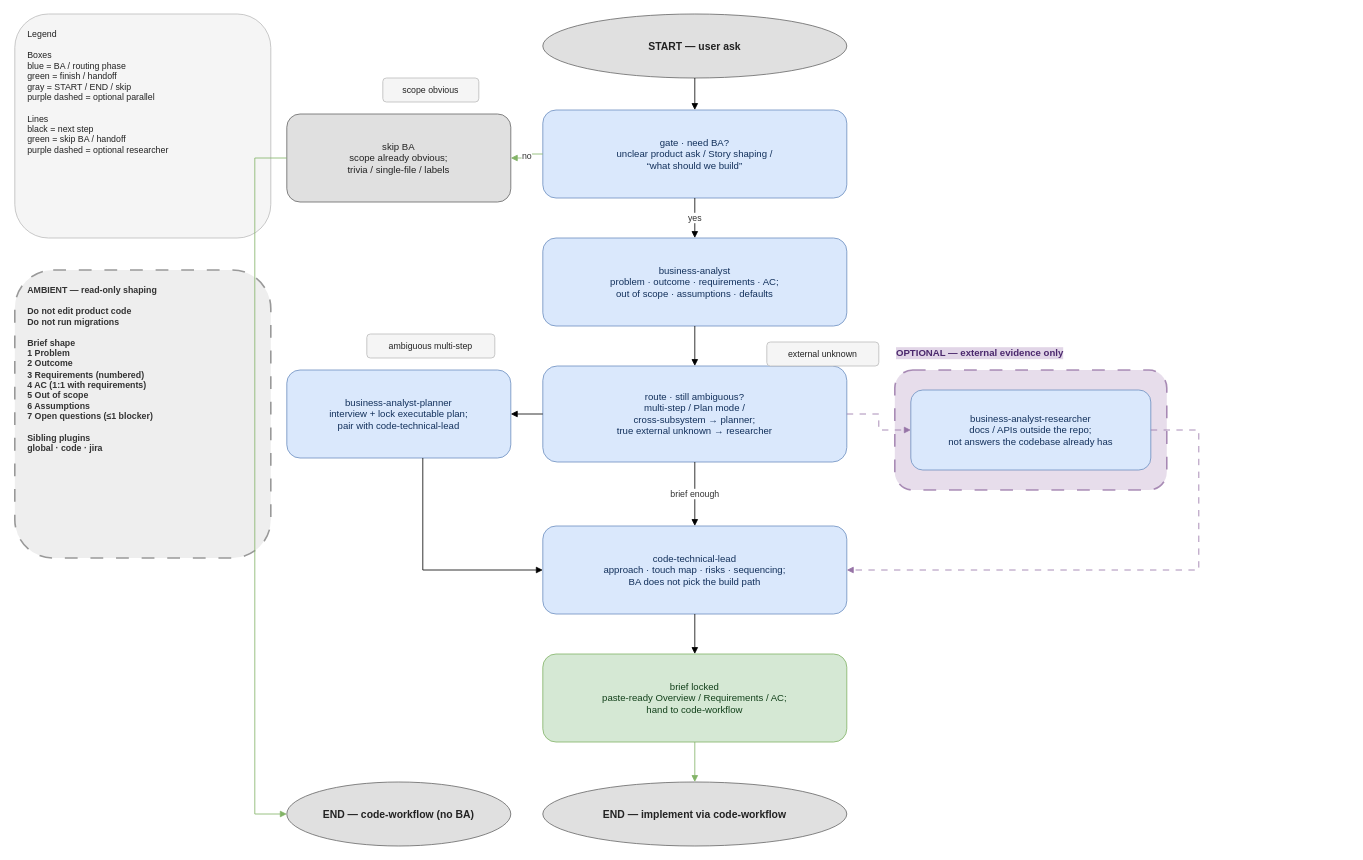
nodadyoushutup/marketplace keeps this draw.io diagram as plugins/business-analyst/docs/business-analyst-workflow.drawio. Above is the earlier version. Source tidied: cells renumbered, new cells numbered last; positions are measured from the earlier drawing's top-left corner, leaving out a move shared by most shapes. Both pictures are drawn from the tidied source at 80%, with x=0, y=0 at pixel (14, 14).
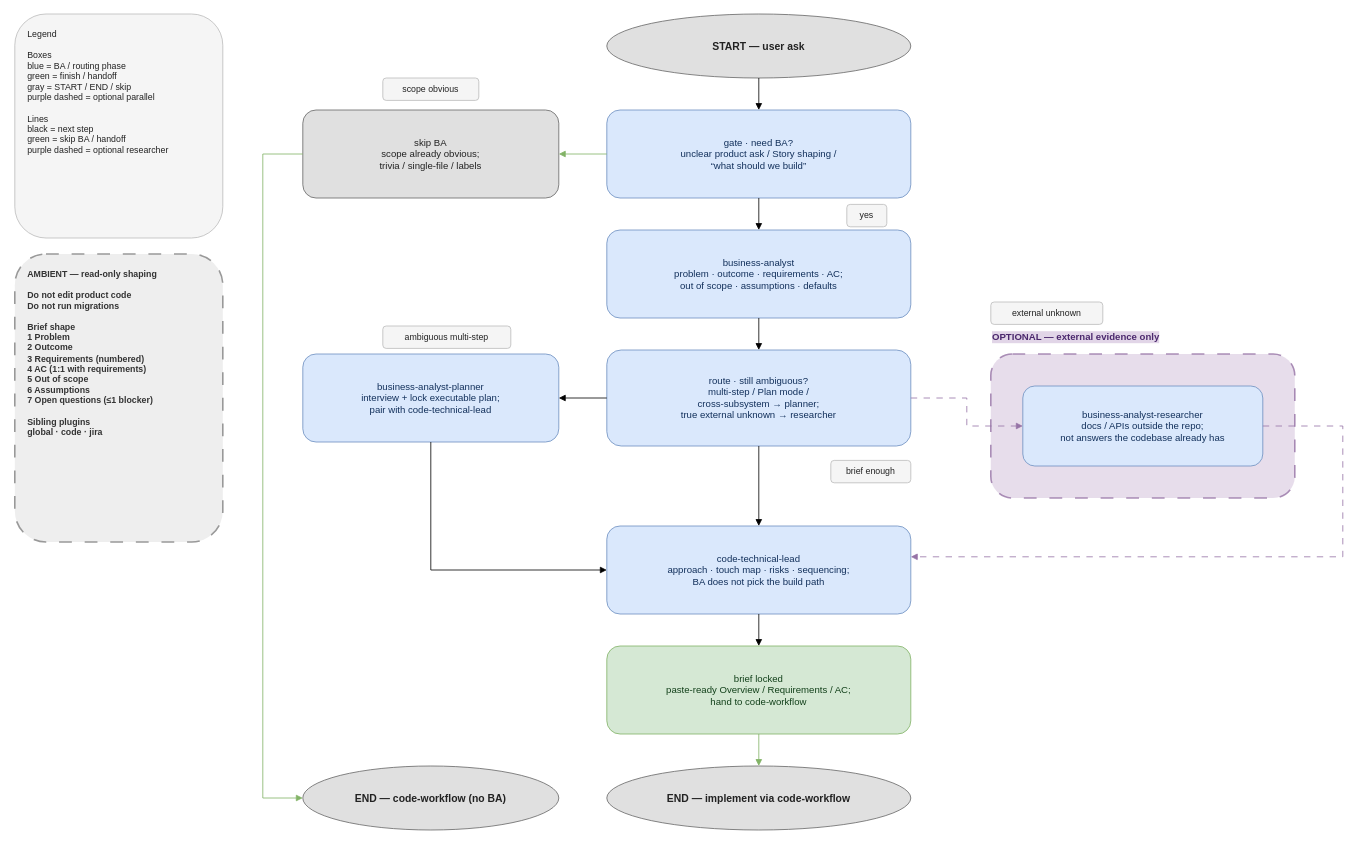
After the change.

Commit message (it also covers changes not shown here):
fix(jira,ba): untangle workflow drawio edge corridors

Move chips off spine centerlines, climb create→backlog in the west
gutter so it no longer stabs blocked, split the east blocked bus, and
clear the BA skip drain off legend/ambient.

The edit, as a diff of the source:
```diff
@@
     <mxCell id="2" value="Legend&#10;&#10;Boxes&#10;blue = BA / routing phase&#10;green = finish / handoff&#10;gray = START / END / skip&#10;purple dashed = optional parallel&#10;&#10;Lines&#10;black = next step&#10;green = skip BA / handoff&#10;purple dashed = optional researcher" style="rounded=1;whiteSpace=wrap;html=1;align=left;verticalAlign=top;spacingLeft=14;spacingRight=14;spacingTop=12;spacingBottom=12;fontSize=11;fillColor=#f5f5f5;strokeColor=#bbbbbb;fontColor=#222222;" parent="1" vertex="1">
-      <mxGeometry width="320" height="280" as="geometry" />
+      <mxGeometry width="260" height="280" as="geometry" />
     </mxCell>
     <mxCell id="3" value="AMBIENT — read-only shaping&#10;&#10;Do not edit product code&#10;Do not run migrations&#10;&#10;Brief shape&#10;1 Problem&#10;2 Outcome&#10;3 Requirements (numbered)&#10;4 AC (1:1 with requirements)&#10;5 Out of scope&#10;6 Assumptions&#10;7 Open questions (≤1 blocker)&#10;&#10;Sibling plugins&#10;global · code · jira" style="rounded=1;whiteSpace=wrap;html=1;dashed=1;dashPattern=8 8;align=left;verticalAlign=top;spacingLeft=14;spacingRight=14;spacingTop=12;spacingBottom=12;fontSize=11;fontStyle=1;fillColor=#eeeeee;strokeColor=#999999;strokeWidth=2;fontColor=#333333;" parent="1" vertex="1">
-      <mxGeometry y="320" width="320" height="360" as="geometry" />
+      <mxGeometry y="300" width="260" height="360" as="geometry" />
     </mxCell>
     <mxCell id="4" value="START — user ask" style="ellipse;whiteSpace=wrap;html=1;align=center;verticalAlign=middle;fontSize=13;fontStyle=1;fillColor=#e0e0e0;strokeColor=#666666;fontColor=#222222;" parent="1" vertex="1">
-      <mxGeometry x="660" width="380" height="80" as="geometry" />
+      <mxGeometry x="740" width="380" height="80" as="geometry" />
     </mxCell>
     <mxCell id="5" value="gate · need BA?&#10;unclear product ask / Story shaping /&#10;“what should we build”" style="rounded=1;whiteSpace=wrap;html=1;align=center;verticalAlign=middle;spacingLeft=12;spacingRight=12;fontSize=12;fillColor=#dae8fc;strokeColor=#6c8ebf;fontColor=#12305B;" parent="1" vertex="1">
-      <mxGeometry x="660" y="120" width="380" height="110" as="geometry" />
+      <mxGeometry x="740" y="120" width="380" height="110" as="geometry" />
     </mxCell>
     <mxCell id="6" value="skip BA&#10;scope already obvious;&#10;trivia / single-file / labels" style="rounded=1;whiteSpace=wrap;html=1;align=center;verticalAlign=middle;spacingLeft=12;spacingRight=12;fontSize=12;fillColor=#e0e0e0;strokeColor=#666666;fontColor=#222222;" parent="1" vertex="1">
-      <mxGeometry x="340" y="125" width="280" height="110" as="geometry" />
+      <mxGeometry x="360" y="120" width="320" height="110" as="geometry" />
     </mxCell>
     <mxCell id="7" value="business-analyst&#10;problem · outcome · requirements · AC;&#10;out of scope · assumptions · defaults" style="rounded=1;whiteSpace=wrap;html=1;align=center;verticalAlign=middle;spacingLeft=12;spacingRight=12;fontSize=12;fillColor=#dae8fc;strokeColor=#6c8ebf;fontColor=#12305B;" parent="1" vertex="1">
-      <mxGeometry x="660" y="280" width="380" height="110" as="geometry" />
+      <mxGeometry x="740" y="270" width="380" height="110" as="geometry" />
     </mxCell>
     <mxCell id="8" value="route · still ambiguous?&#10;multi-step / Plan mode /&#10;cross-subsystem → planner;&#10;true external unknown → researcher" style="rounded=1;whiteSpace=wrap;html=1;align=center;verticalAlign=middle;spacingLeft=12;spacingRight=12;fontSize=12;fillColor=#dae8fc;strokeColor=#6c8ebf;fontColor=#12305B;" parent="1" vertex="1">
-      <mxGeometry x="660" y="440" width="380" height="120" as="geometry" />
+      <mxGeometry x="740" y="420" width="380" height="120" as="geometry" />
     </mxCell>
     <mxCell id="9" value="business-analyst-planner&#10;interview + lock executable plan;&#10;pair with code-technical-lead" style="rounded=1;whiteSpace=wrap;html=1;align=center;verticalAlign=middle;spacingLeft=12;spacingRight=12;fontSize=12;fillColor=#dae8fc;strokeColor=#6c8ebf;fontColor=#12305B;" parent="1" vertex="1">
-      <mxGeometry x="340" y="445" width="280" height="110" as="geometry" />
+      <mxGeometry x="360" y="425" width="320" height="110" as="geometry" />
     </mxCell>
     <mxCell id="10" value="OPTIONAL — external evidence only" style="text;html=1;align=left;verticalAlign=middle;fontSize=12;fontStyle=1;fontColor=#4B286D;labelBackgroundColor=#e1d5e7;" parent="1" vertex="1">
-      <mxGeometry x="1100" y="410" width="340" height="28" as="geometry" />
+      <mxGeometry x="1220" y="390" width="380" height="28" as="geometry" />
     </mxCell>
     <mxCell id="11" style="rounded=1;whiteSpace=wrap;html=1;dashed=1;dashPattern=8 8;fillColor=#e1d5e7;strokeColor=#9673a6;strokeWidth=2;opacity=80;" parent="1" vertex="1">
-      <mxGeometry x="1100" y="445" width="340" height="150" as="geometry" />
+      <mxGeometry x="1220" y="425" width="380" height="180" as="geometry" />
     </mxCell>
     <mxCell id="12" value="business-analyst-researcher&#10;docs / APIs outside the repo;&#10;not answers the codebase already has" style="rounded=1;whiteSpace=wrap;html=1;align=center;verticalAlign=middle;spacingLeft=12;spacingRight=12;fontSize=12;fillColor=#dae8fc;strokeColor=#6c8ebf;fontColor=#12305B;" parent="1" vertex="1">
-      <mxGeometry x="1120" y="470" width="300" height="100" as="geometry" />
+      <mxGeometry x="1260" y="465" width="300" height="100" as="geometry" />
     </mxCell>
     <mxCell id="13" value="code-technical-lead&#10;approach · touch map · risks · sequencing;&#10;BA does not pick the build path" style="rounded=1;whiteSpace=wrap;html=1;align=center;verticalAlign=middle;spacingLeft=12;spacingRight=12;fontSize=12;fillColor=#dae8fc;strokeColor=#6c8ebf;fontColor=#12305B;" parent="1" vertex="1">
-      <mxGeometry x="660" y="640" width="380" height="110" as="geometry" />
+      <mxGeometry x="740" y="640" width="380" height="110" as="geometry" />
     </mxCell>
     <mxCell id="14" value="brief locked&#10;paste-ready Overview / Requirements / AC;&#10;hand to code-workflow" style="rounded=1;whiteSpace=wrap;html=1;align=center;verticalAlign=middle;spacingLeft=12;spacingRight=12;fontSize=12;fillColor=#d5e8d4;strokeColor=#82b366;fontColor=#12401A;" parent="1" vertex="1">
-      <mxGeometry x="660" y="800" width="380" height="110" as="geometry" />
+      <mxGeometry x="740" y="790" width="380" height="110" as="geometry" />
     </mxCell>
     <mxCell id="15" value="END — implement via code-workflow" style="ellipse;whiteSpace=wrap;html=1;align=center;verticalAlign=middle;fontSize=13;fontStyle=1;fillColor=#e0e0e0;strokeColor=#666666;fontColor=#222222;" parent="1" vertex="1">
-      <mxGeometry x="660" y="960" width="380" height="80" as="geometry" />
+      <mxGeometry x="740" y="940" width="380" height="80" as="geometry" />
     </mxCell>
     <mxCell id="16" value="END — code-workflow (no BA)" style="ellipse;whiteSpace=wrap;html=1;align=center;verticalAlign=middle;fontSize=13;fontStyle=1;fillColor=#e0e0e0;strokeColor=#666666;fontColor=#222222;" parent="1" vertex="1">
-      <mxGeometry x="340" y="960" width="280" height="80" as="geometry" />
+      <mxGeometry x="360" y="940" width="320" height="80" as="geometry" />
     </mxCell>
     <mxCell id="17" value="scope obvious" style="rounded=1;whiteSpace=wrap;html=1;align=center;verticalAlign=middle;spacingLeft=10;spacingRight=10;fontSize=11;fillColor=#f5f5f5;strokeColor=#bbbbbb;fontColor=#222222;" parent="1" vertex="1">
-      <mxGeometry x="460" y="80" width="120" height="30" as="geometry" />
+      <mxGeometry x="460" y="80" width="120" height="28" as="geometry" />
     </mxCell>
+    <mxCell id="32" value="yes" style="rounded=1;whiteSpace=wrap;html=1;align=center;verticalAlign=middle;spacingLeft=10;spacingRight=10;fontSize=11;fillColor=#f5f5f5;strokeColor=#bbbbbb;fontColor=#222222;" parent="1" vertex="1">
+      <mxGeometry x="1040" y="238" width="50" height="28" as="geometry" />
+    </mxCell>
     <mxCell id="18" value="ambiguous multi-step" style="rounded=1;whiteSpace=wrap;html=1;align=center;verticalAlign=middle;spacingLeft=10;spacingRight=10;fontSize=11;fillColor=#f5f5f5;strokeColor=#bbbbbb;fontColor=#222222;" parent="1" vertex="1">
-      <mxGeometry x="440" y="400" width="160" height="30" as="geometry" />
+      <mxGeometry x="460" y="390" width="160" height="28" as="geometry" />
     </mxCell>
     <mxCell id="19" value="external unknown" style="rounded=1;whiteSpace=wrap;html=1;align=center;verticalAlign=middle;spacingLeft=10;spacingRight=10;fontSize=11;fillColor=#f5f5f5;strokeColor=#bbbbbb;fontColor=#222222;" parent="1" vertex="1">
-      <mxGeometry x="940" y="410" width="140" height="30" as="geometry" />
+      <mxGeometry x="1220" y="360" width="140" height="28" as="geometry" />
     </mxCell>
+    <mxCell id="33" value="brief enough" style="rounded=1;whiteSpace=wrap;html=1;align=center;verticalAlign=middle;spacingLeft=10;spacingRight=10;fontSize=11;fillColor=#f5f5f5;strokeColor=#bbbbbb;fontColor=#222222;" parent="1" vertex="1">
+      <mxGeometry x="1020" y="558" width="100" height="28" as="geometry" />
+    </mxCell>
-    <mxCell id="20" style="edgeStyle=orthogonalEdgeStyle;rounded=0;html=1;endArrow=block;jumpStyle=arc;jumpSize=10;" parent="1" edge="1" source="4" target="5">
+    <mxCell id="20" style="edgeStyle=orthogonalEdgeStyle;rounded=0;html=1;endArrow=block;jumpStyle=arc;jumpSize=10;exitX=0.5;exitY=1;exitDx=0;exitDy=0;entryX=0.5;entryY=0;entryDx=0;entryDy=0;" parent="1" edge="1" source="4" target="5">
       <mxGeometry relative="1" as="geometry" />
     </mxCell>
-    <mxCell id="21" value="no" style="edgeStyle=orthogonalEdgeStyle;rounded=0;html=1;endArrow=block;jumpStyle=arc;jumpSize=10;strokeColor=#82b366;labelBackgroundColor=#ffffff;fontSize=11;fontColor=#333333;" parent="1" edge="1" source="5" target="6">
+    <mxCell id="21" style="edgeStyle=orthogonalEdgeStyle;rounded=0;html=1;endArrow=block;jumpStyle=arc;jumpSize=10;strokeColor=#82b366;exitX=0;exitY=0.5;exitDx=0;exitDy=0;entryX=1;entryY=0.5;entryDx=0;entryDy=0;" parent="1" edge="1" source="5" target="6">
       <mxGeometry relative="1" as="geometry" />
     </mxCell>
-    <mxCell id="22" style="edgeStyle=orthogonalEdgeStyle;rounded=0;html=1;endArrow=block;jumpStyle=arc;jumpSize=10;strokeColor=#82b366;" parent="1" edge="1" source="6" target="16">
+    <mxCell id="22" style="edgeStyle=orthogonalEdgeStyle;rounded=0;html=1;endArrow=block;jumpStyle=arc;jumpSize=10;strokeColor=#82b366;exitX=0;exitY=0.5;exitDx=0;exitDy=0;entryX=0;entryY=0.5;entryDx=0;entryDy=0;" parent="1" edge="1" source="6" target="16">
       <mxGeometry relative="1" as="geometry">
         <Array as="points">
-          <mxPoint x="300" y="180" />
-          <mxPoint x="300" y="1000" />
+          <mxPoint x="310" y="175" />
+          <mxPoint x="310" y="980" />
         </Array>
       </mxGeometry>
     </mxCell>
-    <mxCell id="23" value="yes" style="edgeStyle=orthogonalEdgeStyle;rounded=0;html=1;endArrow=block;jumpStyle=arc;jumpSize=10;labelBackgroundColor=#ffffff;fontSize=11;fontColor=#333333;" parent="1" edge="1" source="5" target="7">
+    <mxCell id="23" style="edgeStyle=orthogonalEdgeStyle;rounded=0;html=1;endArrow=block;jumpStyle=arc;jumpSize=10;exitX=0.5;exitY=1;exitDx=0;exitDy=0;entryX=0.5;entryY=0;entryDx=0;entryDy=0;" parent="1" edge="1" source="5" target="7">
       <mxGeometry relative="1" as="geometry" />
     </mxCell>
-    <mxCell id="24" style="edgeStyle=orthogonalEdgeStyle;rounded=0;html=1;endArrow=block;jumpStyle=arc;jumpSize=10;" parent="1" edge="1" source="7" target="8">
+    <mxCell id="24" style="edgeStyle=orthogonalEdgeStyle;rounded=0;html=1;endArrow=block;jumpStyle=arc;jumpSize=10;exitX=0.5;exitY=1;exitDx=0;exitDy=0;entryX=0.5;entryY=0;entryDx=0;entryDy=0;" parent="1" edge="1" source="7" target="8">
       <mxGeometry relative="1" as="geometry" />
     </mxCell>
-    <mxCell id="25" style="edgeStyle=orthogonalEdgeStyle;rounded=0;html=1;endArrow=block;jumpStyle=arc;jumpSize=10;" parent="1" edge="1" source="8" target="9">
+    <mxCell id="25" style="edgeStyle=orthogonalEdgeStyle;rounded=0;html=1;endArrow=block;jumpStyle=arc;jumpSize=10;exitX=0;exitY=0.5;exitDx=0;exitDy=0;entryX=1;entryY=0.5;entryDx=0;entryDy=0;" parent="1" edge="1" source="8" target="9">
       <mxGeometry relative="1" as="geometry" />
     </mxCell>
-    <mxCell id="26" style="edgeStyle=orthogonalEdgeStyle;rounded=0;html=1;endArrow=block;jumpStyle=arc;jumpSize=10;" parent="1" edge="1" source="9" target="13">
+    <mxCell id="26" style="edgeStyle=orthogonalEdgeStyle;rounded=0;html=1;endArrow=block;jumpStyle=arc;jumpSize=10;exitX=0.5;exitY=1;exitDx=0;exitDy=0;entryX=0;entryY=0.5;entryDx=0;entryDy=0;" parent="1" edge="1" source="9" target="13">
       <mxGeometry relative="1" as="geometry">
         <Array as="points">
-          <mxPoint x="510" y="695" />
+          <mxPoint x="520" y="695" />
         </Array>
       </mxGeometry>
     </mxCell>
-    <mxCell id="27" style="edgeStyle=orthogonalEdgeStyle;rounded=0;html=1;endArrow=block;jumpStyle=arc;jumpSize=10;dashed=1;dashPattern=8 8;strokeColor=#9673a6;" parent="1" edge="1" source="8" target="12">
-      <mxGeometry relative="1" as="geometry" />
+    <mxCell id="27" style="edgeStyle=orthogonalEdgeStyle;rounded=0;html=1;endArrow=block;jumpStyle=arc;jumpSize=10;dashed=1;dashPattern=8 8;strokeColor=#9673a6;exitX=1;exitY=0.5;exitDx=0;exitDy=0;entryX=0;entryY=0.5;entryDx=0;entryDy=0;" parent="1" edge="1" source="8" target="12">
+      <mxGeometry relative="1" as="geometry">
+        <Array as="points">
+          <mxPoint x="1190" y="480" />
+          <mxPoint x="1190" y="515" />
+        </Array>
+      </mxGeometry>
     </mxCell>
-    <mxCell id="28" style="edgeStyle=orthogonalEdgeStyle;rounded=0;html=1;endArrow=block;jumpStyle=arc;jumpSize=10;dashed=1;dashPattern=8 8;strokeColor=#9673a6;" parent="1" edge="1" source="12" target="13">
+    <mxCell id="28" style="edgeStyle=orthogonalEdgeStyle;rounded=0;html=1;endArrow=block;jumpStyle=arc;jumpSize=10;dashed=1;dashPattern=8 8;strokeColor=#9673a6;exitX=1;exitY=0.5;exitDx=0;exitDy=0;entryX=1;entryY=0.35;entryDx=0;entryDy=0;" parent="1" edge="1" source="12" target="13">
       <mxGeometry relative="1" as="geometry">
         <Array as="points">
-          <mxPoint x="1480" y="520" />
-          <mxPoint x="1480" y="695" />
+          <mxPoint x="1660" y="515" />
+          <mxPoint x="1660" y="678" />
         </Array>
       </mxGeometry>
     </mxCell>
-    <mxCell id="29" value="brief enough" style="edgeStyle=orthogonalEdgeStyle;rounded=0;html=1;endArrow=block;jumpStyle=arc;jumpSize=10;labelBackgroundColor=#ffffff;fontSize=11;fontColor=#333333;" parent="1" edge="1" source="8" target="13">
+    <mxCell id="29" style="edgeStyle=orthogonalEdgeStyle;rounded=0;html=1;endArrow=block;jumpStyle=arc;jumpSize=10;exitX=0.5;exitY=1;exitDx=0;exitDy=0;entryX=0.5;entryY=0;entryDx=0;entryDy=0;" parent="1" edge="1" source="8" target="13">
       <mxGeometry relative="1" as="geometry" />
     </mxCell>
-    <mxCell id="30" style="edgeStyle=orthogonalEdgeStyle;rounded=0;html=1;endArrow=block;jumpStyle=arc;jumpSize=10;" parent="1" edge="1" source="13" target="14">
+    <mxCell id="30" style="edgeStyle=orthogonalEdgeStyle;rounded=0;html=1;endArrow=block;jumpStyle=arc;jumpSize=10;exitX=0.5;exitY=1;exitDx=0;exitDy=0;entryX=0.5;entryY=0;entryDx=0;entryDy=0;" parent="1" edge="1" source="13" target="14">
       <mxGeometry relative="1" as="geometry" />
     </mxCell>
-    <mxCell id="31" style="edgeStyle=orthogonalEdgeStyle;rounded=0;html=1;endArrow=block;jumpStyle=arc;jumpSize=10;strokeColor=#82b366;" parent="1" edge="1" source="14" target="15">
+    <mxCell id="31" style="edgeStyle=orthogonalEdgeStyle;rounded=0;html=1;endArrow=block;jumpStyle=arc;jumpSize=10;strokeColor=#82b366;exitX=0.5;exitY=1;exitDx=0;exitDy=0;entryX=0.5;entryY=0;entryDx=0;entryDy=0;" parent="1" edge="1" source="14" target="15">
       <mxGeometry relative="1" as="geometry" />
     </mxCell>
```
